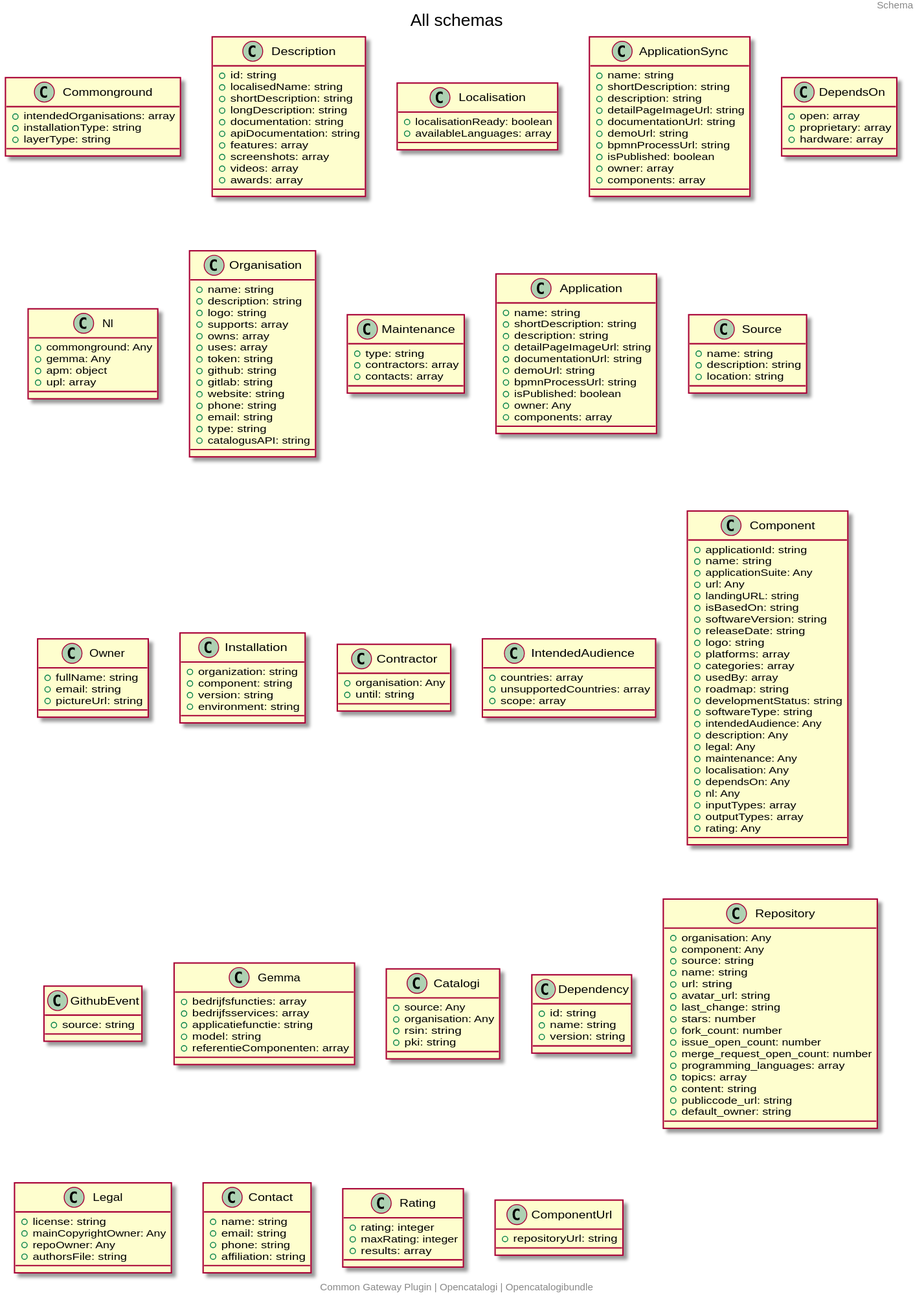
The PlantUML diagram docs/schema/all_schema_classes.svg in OpenCatalogi/OpenCatalogiBundle, before a commit.
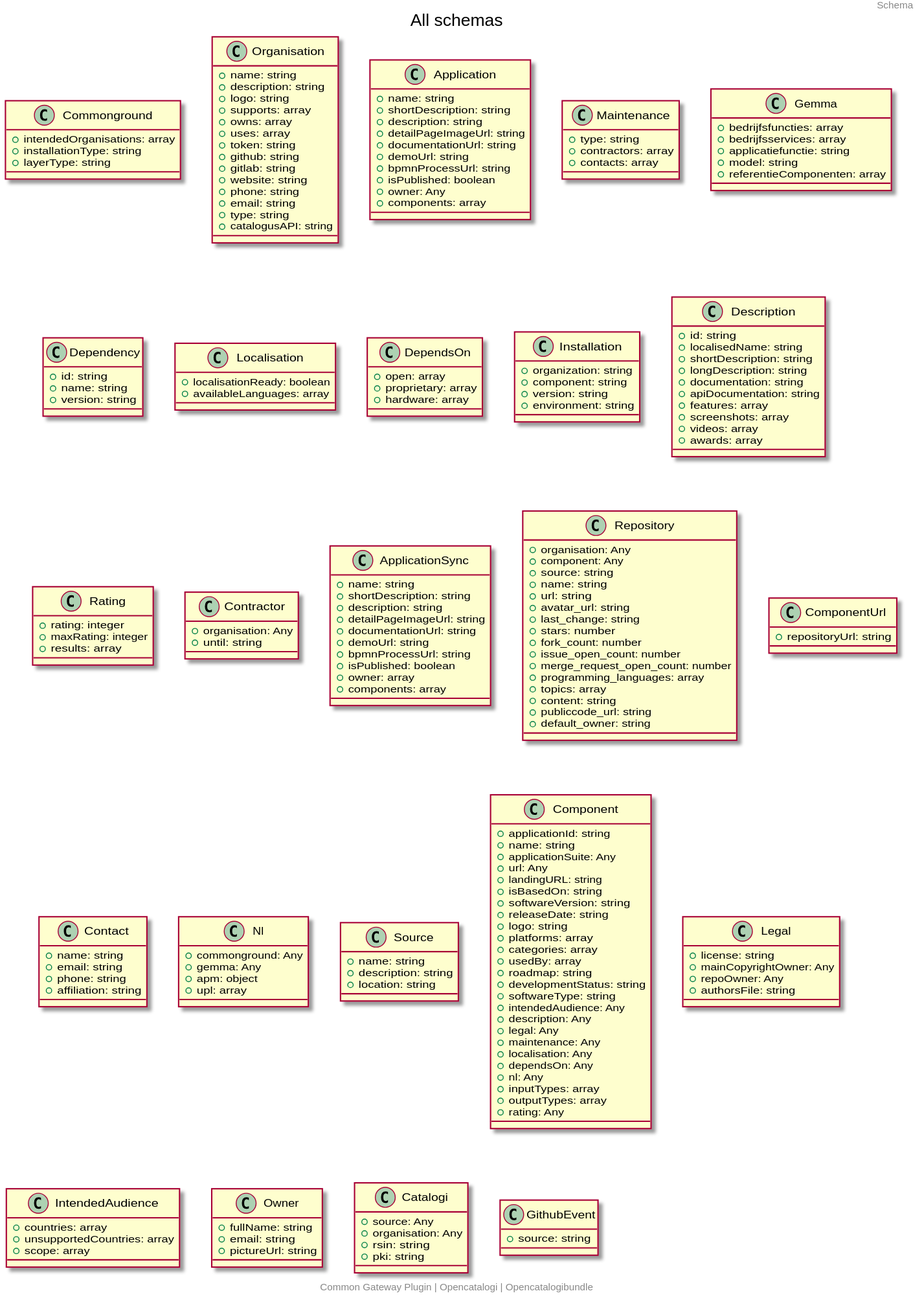
After the change.

Commit message:
Add generated puml,svg,md and README files based on plugin installation files

The edit, as a diff of the source:
```diff
@@ -6,45 +6,6 @@
   + intendedOrganisations: array
   + installationType: string
   + layerType: string
-}
-class Description {
-  + id: string
-  + localisedName: string
-  + shortDescription: string
-  + longDescription: string
-  + documentation: string
-  + apiDocumentation: string
-  + features: array
-  + screenshots: array
-  + videos: array
-  + awards: array
-}
-class Localisation {
-  + localisationReady: boolean
-  + availableLanguages: array
-}
-class ApplicationSync {
-  + name: string
-  + shortDescription: string
-  + description: string
-  + detailPageImageUrl: string
-  + documentationUrl: string
-  + demoUrl: string
-  + bpmnProcessUrl: string
-  + isPublished: boolean
-  + owner: array
-  + components: array
-}
-class DependsOn {
-  + open: array
-  + proprietary: array
-  + hardware: array
-}
-class Nl {
-  + commonground: Any
-  + gemma: Any
-  + apm: object
-  + upl: array
 }
 class Organisation {
   + name: string
@@ -62,11 +23,6 @@
   + type: string
   + catalogusAPI: string
 }
-class Maintenance {
-  + type: string
-  + contractors: array
-  + contacts: array
-}
 class Application {
   + name: string
   + shortDescription: string
@@ -79,15 +35,31 @@
   + owner: Any
   + components: array
 }
-class Source {
+class Maintenance {
+  + type: string
+  + contractors: array
+  + contacts: array
+}
+class Gemma {
+  + bedrijfsfuncties: array
+  + bedrijfsservices: array
+  + applicatiefunctie: string
+  + model: string
+  + referentieComponenten: array
+}
+class Dependency {
+  + id: string
   + name: string
-  + description: string
-  + location: string
+  + version: string
 }
-class Owner {
-  + fullName: string
-  + email: string
-  + pictureUrl: string
+class Localisation {
+  + localisationReady: boolean
+  + availableLanguages: array
+}
+class DependsOn {
+  + open: array
+  + proprietary: array
+  + hardware: array
 }
 class Installation {
   + organization: string
@@ -95,14 +67,76 @@
   + version: string
   + environment: string
 }
+class Description {
+  + id: string
+  + localisedName: string
+  + shortDescription: string
+  + longDescription: string
+  + documentation: string
+  + apiDocumentation: string
+  + features: array
+  + screenshots: array
+  + videos: array
+  + awards: array
+}
+class Rating {
+  + rating: integer
+  + maxRating: integer
+  + results: array
+}
 class Contractor {
   + organisation: Any
   + until: string
 }
-class IntendedAudience {
-  + countries: array
-  + unsupportedCountries: array
-  + scope: array
+class ApplicationSync {
+  + name: string
+  + shortDescription: string
+  + description: string
+  + detailPageImageUrl: string
+  + documentationUrl: string
+  + demoUrl: string
+  + bpmnProcessUrl: string
+  + isPublished: boolean
+  + owner: array
+  + components: array
+}
+class Repository {
+  + organisation: Any
+  + component: Any
+  + source: string
+  + name: string
+  + url: string
+  + avatar_url: string
+  + last_change: string
+  + stars: number
+  + fork_count: number
+  + issue_open_count: number
+  + merge_request_open_count: number
+  + programming_languages: array
+  + topics: array
+  + content: string
+  + publiccode_url: string
+  + default_owner: string
+}
+class ComponentUrl {
+  + repositoryUrl: string
+}
+class Contact {
+  + name: string
+  + email: string
+  + phone: string
+  + affiliation: string
+}
+class Nl {
+  + commonground: Any
+  + gemma: Any
+  + apm: object
+  + upl: array
+}
+class Source {
+  + name: string
+  + description: string
+  + location: string
 }
 class Component {
   + applicationId: string
@@ -131,15 +165,21 @@
   + outputTypes: array
   + rating: Any
 }
-class GithubEvent {
-  + source: string
+class Legal {
+  + license: string
+  + mainCopyrightOwner: Any
+  + repoOwner: Any
+  + authorsFile: string
 }
-class Gemma {
-  + bedrijfsfuncties: array
-  + bedrijfsservices: array
-  + applicatiefunctie: string
-  + model: string
-  + referentieComponenten: array
+class IntendedAudience {
+  + countries: array
+  + unsupportedCountries: array
+  + scope: array
+}
+class Owner {
+  + fullName: string
+  + email: string
+  + pictureUrl: string
 }
 class Catalogi {
   + source: Any
@@ -147,47 +187,7 @@
   + rsin: string
   + pki: string
 }
-class Dependency {
-  + id: string
-  + name: string
-  + version: string
-}
-class Repository {
-  + organisation: Any
-  + component: Any
+class GithubEvent {
   + source: string
-  + name: string
-  + url: string
-  + avatar_url: string
-  + last_change: string
-  + stars: number
-  + fork_count: number
-  + issue_open_count: number
-  + merge_request_open_count: number
-  + programming_languages: array
-  + topics: array
-  + content: string
-  + publiccode_url: string
-  + default_owner: string
-}
-class Legal {
-  + license: string
-  + mainCopyrightOwner: Any
-  + repoOwner: Any
-  + authorsFile: string
-}
-class Contact {
-  + name: string
-  + email: string
-  + phone: string
-  + affiliation: string
-}
-class Rating {
-  + rating: integer
-  + maxRating: integer
-  + results: array
-}
-class ComponentUrl {
-  + repositoryUrl: string
 }
 @enduml
```
